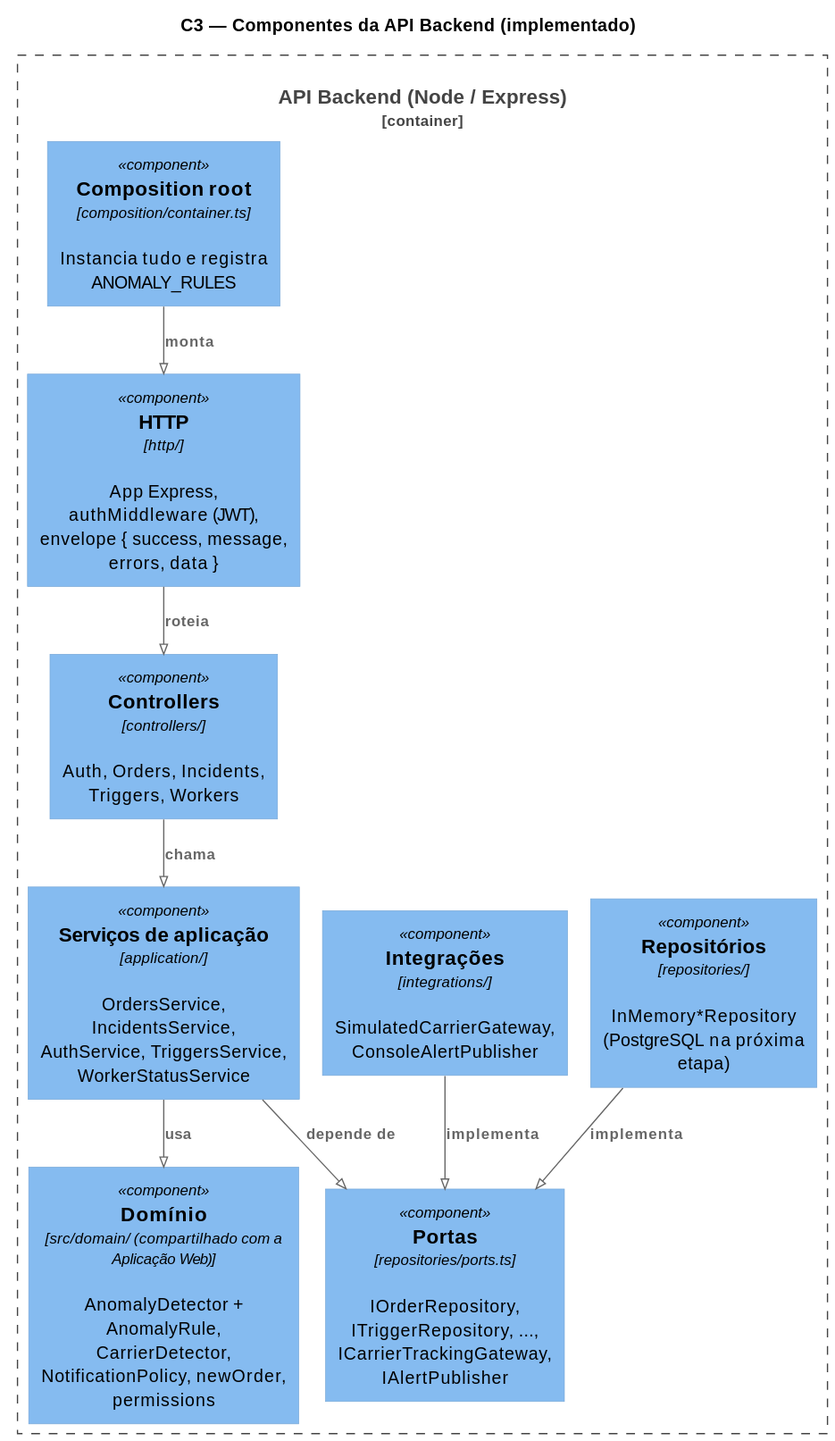
This is docs/diagrams/c3-api-backend.svg from Mateushartelt/unirastro, a PlantUML export, as it was before one commit.
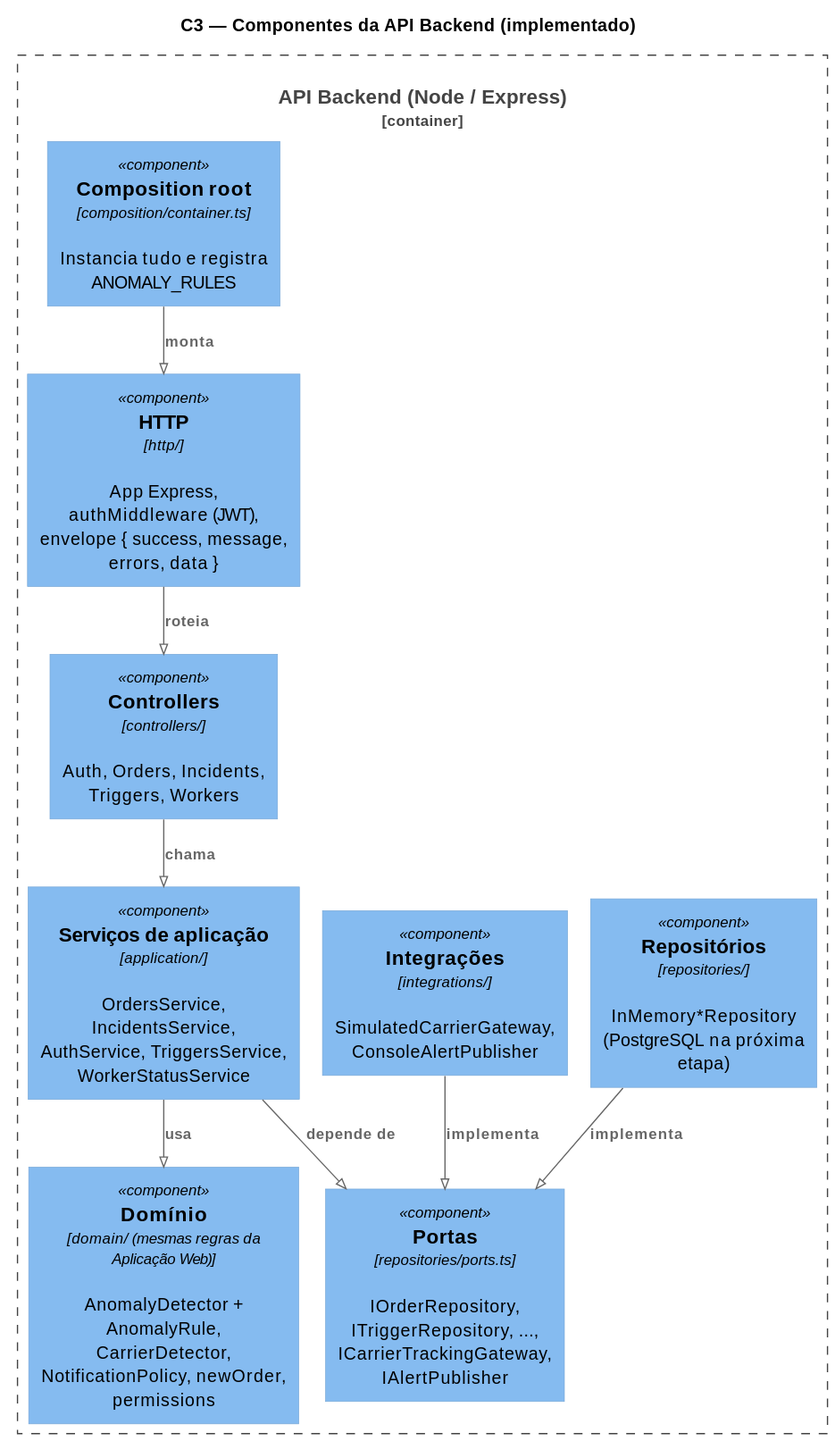
Above is the later version.

Diff of the diagram source:
```diff
@@ -8,7 +8,7 @@
   Component(httpc, "HTTP", "http/", "App Express, authMiddleware (JWT), envelope { success, message, errors, data }")
   Component(routes, "Controllers", "controllers/", "Auth, Orders, Incidents, Triggers, Workers")
   Component(appsvc, "Serviços de aplicação", "application/", "OrdersService, IncidentsService, AuthService, TriggersService, WorkerStatusService")
-  Component(domain, "Domínio", "src/domain/ (compartilhado com a Aplicação Web)", "AnomalyDetector + AnomalyRule, CarrierDetector, NotificationPolicy, newOrder, permissions")
+  Component(domain, "Domínio", "domain/ (mesmas regras da Aplicação Web)", "AnomalyDetector + AnomalyRule, CarrierDetector, NotificationPolicy, newOrder, permissions")
   Component(ports, "Portas", "repositories/ports.ts", "IOrderRepository, ITriggerRepository, ..., ICarrierTrackingGateway, IAlertPublisher")
   Component(repo, "Repositórios", "repositories/", "InMemory*Repository (PostgreSQL na próxima etapa)")
   Component(integr, "Integrações", "integrations/", "SimulatedCarrierGateway, ConsoleAlertPublisher")
```
